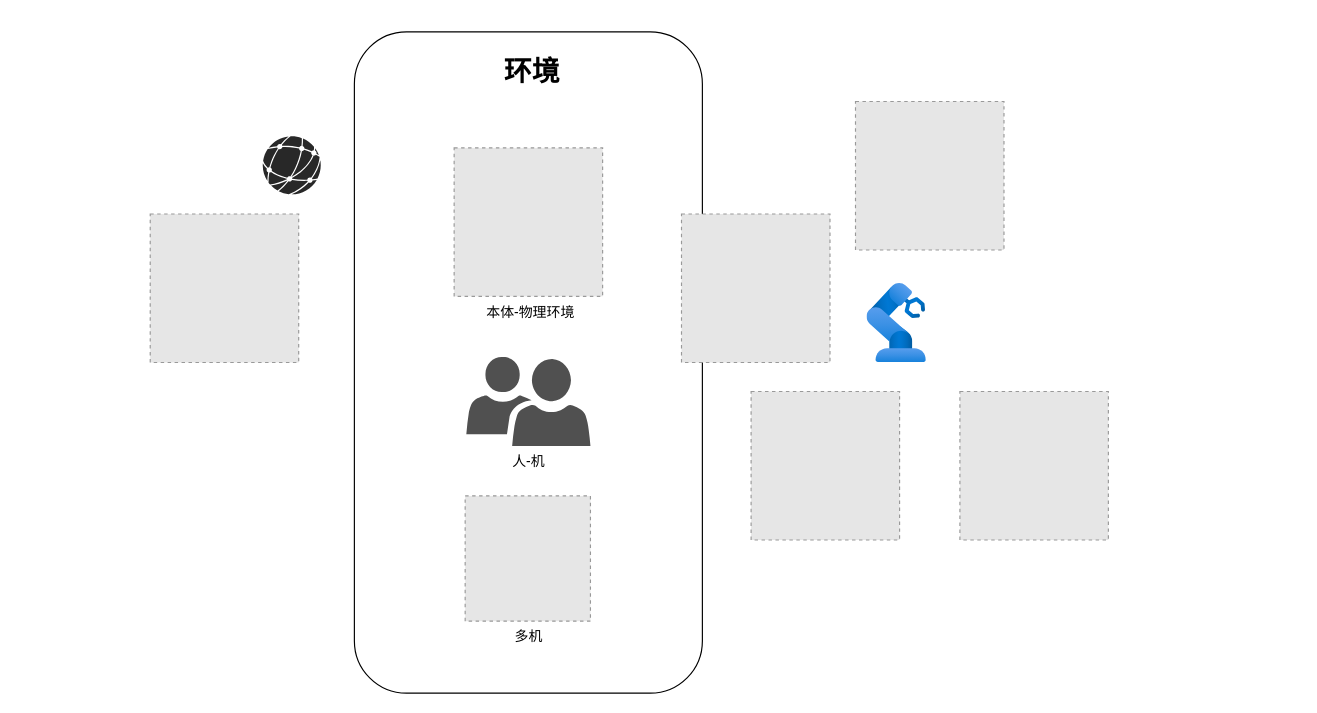
Before: 未命名绘图.drawio in wch243294382/BP-Algorithm, a draw.io diagram. Source tidied: cells renumbered, new cells numbered last; positions are measured from the earlier drawing's top-left corner, leaving out a move shared by most shapes. Both pictures are drawn from the tidied source at 116%, with x=0, y=0 at pixel (150, 31). Pictures stored in the file or linked from it are replaced by grey dashed boxes.
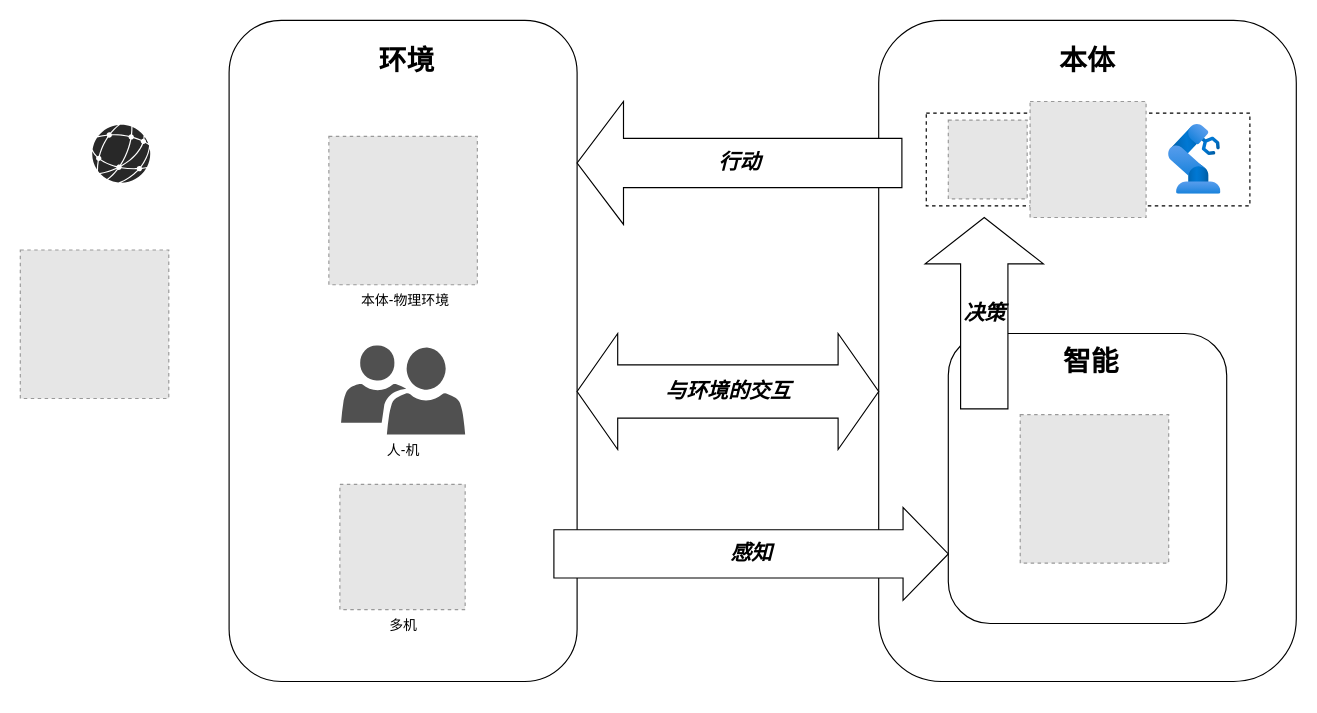
After the change.

Commit message:
更新未命名绘图.drawio

Diff of the diagram source:
```diff
@@
     <mxCell id="2" style="fillColor=#E6E6E6;strokeColor=#999999;dashed=1;html=1;verticalAlign=top;verticalLabelPosition=bottom;labelBackgroundColor=#ffffff;" parent="1" vertex="1">
-      <mxGeometry y="157" width="128" height="128" as="geometry" />
+      <mxGeometry x="-112" y="188" width="128" height="128" as="geometry" />
     </mxCell>
+    <mxCell id="6" style="verticalLabelPosition=bottom;sketch=0;html=1;fillColor=#282828;strokeColor=none;verticalAlign=top;align=center;shape=mxgraph.cisco_safe.iot_things_icons.icon47;" parent="1" vertex="1">
+      <mxGeometry x="-50" y="80" width="50" height="50" as="geometry" />
+    </mxCell>
+    <mxCell id="13" style="group;" parent="1" vertex="1">
+      <mxGeometry x="628" y="-10" width="360" height="570" as="geometry" />
+    </mxCell>
+    <mxCell id="14" value="&lt;h1&gt;本体&lt;/h1&gt;" style="rounded=1;whiteSpace=wrap;html=1;spacingTop=-500;" parent="13" vertex="1">
+      <mxGeometry width="360" height="570" as="geometry" />
+    </mxCell>
+    <mxCell id="15" style="rounded=0;whiteSpace=wrap;html=1;dashed=1;" parent="13" vertex="1">
+      <mxGeometry x="41" y="80" width="279" height="80" as="geometry" />
+    </mxCell>
-    <mxCell id="3" style="fillColor=#E6E6E6;strokeColor=#999999;dashed=1;html=1;verticalAlign=top;verticalLabelPosition=bottom;labelBackgroundColor=#ffffff;" parent="1" vertex="1">
-      <mxGeometry x="608" y="60" width="128" height="128" as="geometry" />
+    <mxCell id="3" style="fillColor=#E6E6E6;strokeColor=#999999;dashed=1;html=1;verticalAlign=top;verticalLabelPosition=bottom;labelBackgroundColor=#ffffff;" parent="13" vertex="1">
+      <mxGeometry x="60" y="86" width="68" height="68" as="geometry" />
     </mxCell>
+    <mxCell id="7" style="fillColor=#E6E6E6;strokeColor=#999999;dashed=1;html=1;verticalAlign=top;verticalLabelPosition=bottom;labelBackgroundColor=#ffffff;" parent="13" vertex="1">
+      <mxGeometry x="130.5" y="70" width="100" height="100" as="geometry" />
+    </mxCell>
-    <mxCell id="4" style="image;html=1;align=center;fontSize=12;image=img/lib/azure2/other/Defender_Industrial_Robot.svg;" parent="1" vertex="1">
-      <mxGeometry x="618" y="217" width="51.1" height="68" as="geometry" />
+    <mxCell id="4" style="image;html=1;align=center;fontSize=12;image=img/lib/azure2/other/Defender_Industrial_Robot.svg;" parent="13" vertex="1">
+      <mxGeometry x="250" y="90" width="45.1" height="60" as="geometry" />
     </mxCell>
-    <mxCell id="5" style="fillColor=#E6E6E6;strokeColor=#999999;dashed=1;html=1;verticalAlign=top;verticalLabelPosition=bottom;labelBackgroundColor=#ffffff;" parent="1" vertex="1">
-      <mxGeometry x="698" y="310" width="128" height="128" as="geometry" />
-    </mxCell>
-    <mxCell id="6" style="verticalLabelPosition=bottom;sketch=0;html=1;fillColor=#282828;strokeColor=none;verticalAlign=top;align=center;shape=mxgraph.cisco_safe.iot_things_icons.icon47;" parent="1" vertex="1">
-      <mxGeometry x="97" y="90" width="50" height="50" as="geometry" />
-    </mxCell>
-    <mxCell id="7" style="fillColor=#E6E6E6;strokeColor=#999999;dashed=1;html=1;verticalAlign=top;verticalLabelPosition=bottom;labelBackgroundColor=#ffffff;" parent="1" vertex="1">
-      <mxGeometry x="518" y="310" width="128" height="128" as="geometry" />
-    </mxCell>
+    <mxCell id="16" value="&lt;h1&gt;&amp;nbsp;智能&lt;/h1&gt;" style="rounded=1;whiteSpace=wrap;html=1;spacingTop=-200;" parent="13" vertex="1">
+      <mxGeometry x="60" y="270" width="240" height="250" as="geometry" />
+    </mxCell>
+    <mxCell id="9" style="fillColor=#E6E6E6;strokeColor=#999999;dashed=1;html=1;verticalAlign=top;verticalLabelPosition=bottom;labelBackgroundColor=#ffffff;" parent="13" vertex="1">
+      <mxGeometry x="122" y="340" width="128" height="128" as="geometry" />
+    </mxCell>
+    <mxCell id="17" value="&lt;h2&gt;&lt;i&gt;决策&lt;/i&gt;&lt;/h2&gt;" style="html=1;shadow=0;dashed=0;align=center;verticalAlign=middle;shape=mxgraph.arrows2.arrow;dy=0.6;dx=40;direction=north;notch=0;" parent="13" vertex="1">
+      <mxGeometry x="40" y="170" width="102" height="165" as="geometry" />
+    </mxCell>
+    <mxCell id="18" style="group;" parent="1" vertex="1">
+      <mxGeometry x="68" y="-10" width="720" height="570" as="geometry" />
+    </mxCell>
-    <mxCell id="8" value="&lt;h1&gt;&amp;nbsp;环境&lt;/h1&gt;" style="rounded=1;whiteSpace=wrap;html=1;spacingTop=-500;" parent="1" vertex="1">
-      <mxGeometry x="176" width="300" height="570" as="geometry" />
+    <mxCell id="8" value="&lt;h1&gt;&amp;nbsp;环境&lt;/h1&gt;" style="rounded=1;whiteSpace=wrap;html=1;spacingTop=-500;" parent="18" vertex="1">
+      <mxGeometry width="300" height="570" as="geometry" />
     </mxCell>
-    <mxCell id="9" style="fillColor=#E6E6E6;strokeColor=#999999;dashed=1;html=1;verticalAlign=top;verticalLabelPosition=bottom;labelBackgroundColor=#ffffff;" parent="1" vertex="1">
-      <mxGeometry x="458" y="157" width="128" height="128" as="geometry" />
-    </mxCell>
-    <mxCell id="10" value="&amp;nbsp;本体-物理环境" style="fillColor=#E6E6E6;strokeColor=#999999;dashed=1;html=1;verticalAlign=top;verticalLabelPosition=bottom;labelBackgroundColor=#ffffff;" parent="1" vertex="1">
-      <mxGeometry x="262" y="100" width="128" height="128" as="geometry" />
+    <mxCell id="10" value="&amp;nbsp;本体-物理环境" style="fillColor=#E6E6E6;strokeColor=#999999;dashed=1;html=1;verticalAlign=top;verticalLabelPosition=bottom;labelBackgroundColor=#ffffff;" parent="18" vertex="1">
+      <mxGeometry x="86" y="100" width="128" height="128" as="geometry" />
     </mxCell>
-    <mxCell id="11" value="人-机" style="sketch=0;shadow=0;dashed=0;html=1;strokeColor=none;labelPosition=center;verticalLabelPosition=bottom;verticalAlign=top;align=center;fillColor=#505050;shape=mxgraph.mscae.intune.user_group;" parent="1" vertex="1">
-      <mxGeometry x="272.5" y="280" width="107" height="77" as="geometry" />
+    <mxCell id="11" value="人-机" style="sketch=0;shadow=0;dashed=0;html=1;strokeColor=none;labelPosition=center;verticalLabelPosition=bottom;verticalAlign=top;align=center;fillColor=#505050;shape=mxgraph.mscae.intune.user_group;" parent="18" vertex="1">
+      <mxGeometry x="96.5" y="280" width="107" height="77" as="geometry" />
     </mxCell>
-    <mxCell id="12" value="多机" style="fillColor=#E6E6E6;strokeColor=#999999;dashed=1;html=1;verticalAlign=top;verticalLabelPosition=bottom;labelBackgroundColor=#ffffff;" parent="1" vertex="1">
-      <mxGeometry x="271.5" y="400" width="108" height="108" as="geometry" />
+    <mxCell id="12" value="多机" style="fillColor=#E6E6E6;strokeColor=#999999;dashed=1;html=1;verticalAlign=top;verticalLabelPosition=bottom;labelBackgroundColor=#ffffff;" parent="18" vertex="1">
+      <mxGeometry x="95.5" y="400" width="108" height="108" as="geometry" />
     </mxCell>
+    <mxCell id="19" value="&lt;h2&gt;&lt;i&gt;感知&lt;/i&gt;&lt;/h2&gt;" style="html=1;shadow=0;dashed=0;align=center;verticalAlign=middle;shape=mxgraph.arrows2.arrow;dy=0.48;dx=39;notch=0;" parent="18" vertex="1">
+      <mxGeometry x="280" y="420" width="340" height="80" as="geometry" />
+    </mxCell>
+    <mxCell id="20" value="&lt;h2&gt;&lt;i&gt;行动&lt;/i&gt;&lt;/h2&gt;" style="html=1;shadow=0;dashed=0;align=center;verticalAlign=middle;shape=mxgraph.arrows2.arrow;dy=0.6;dx=40;flipH=1;notch=0;" parent="18" vertex="1">
+      <mxGeometry x="300" y="70" width="280" height="106" as="geometry" />
+    </mxCell>
+    <mxCell id="21" value="&lt;h2&gt;&lt;i&gt;与环境的交互&lt;/i&gt;&lt;/h2&gt;" style="html=1;shadow=0;dashed=0;align=center;verticalAlign=middle;shape=mxgraph.arrows2.twoWayArrow;dy=0.54;dx=35;" parent="1" vertex="1">
+      <mxGeometry x="368" y="260" width="260" height="100" as="geometry" />
+    </mxCell>
```
